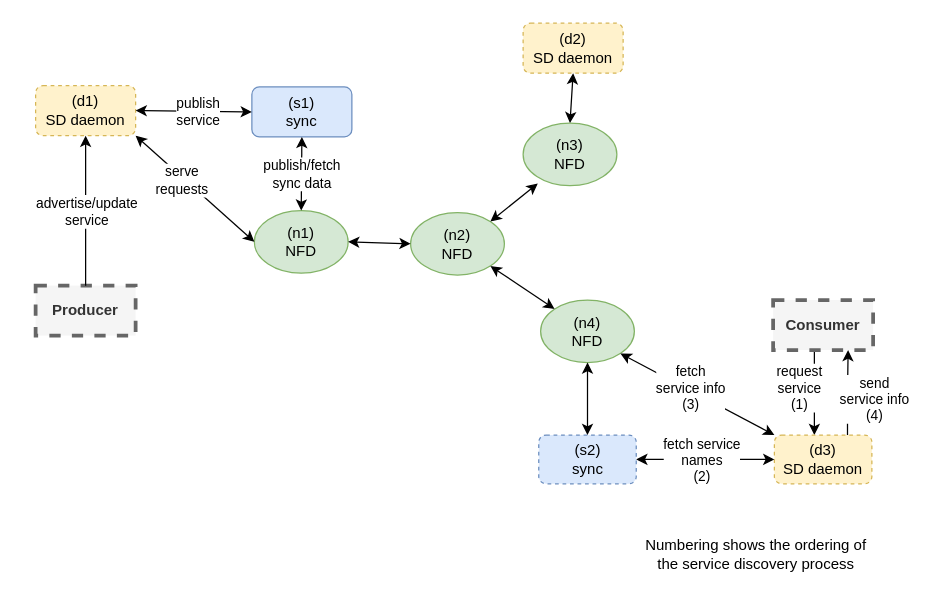
This is service_discovery.drawio from dulalsaurab/NDNSD, a draw.io file, before an edit. Source tidied: cells renumbered, new cells numbered last; positions are measured from the earlier drawing's top-left corner, leaving out a move shared by most shapes. Both pictures are drawn from the tidied source at 125%, with x=0, y=0 at pixel (35, 22).
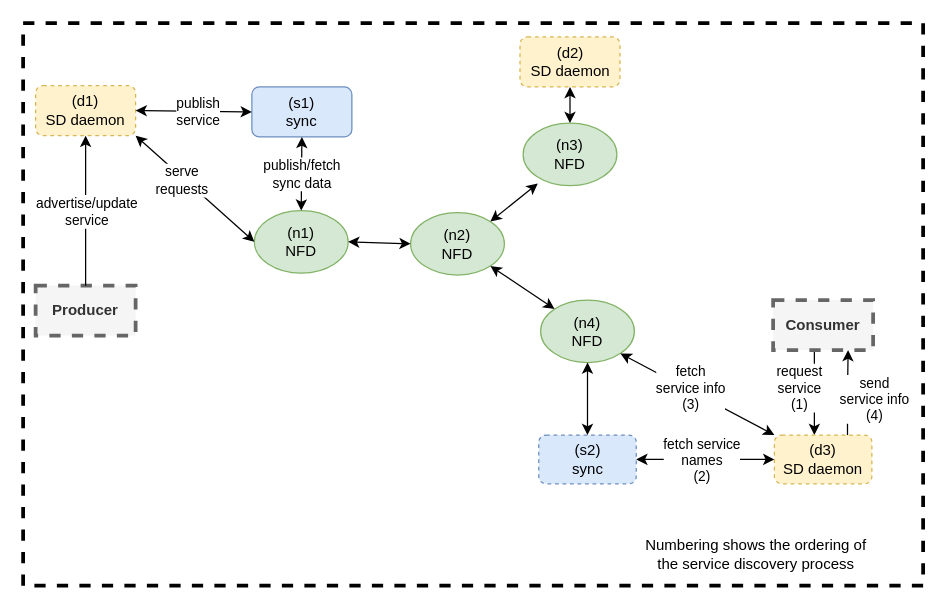
The same diagram, later.

What changed in the source:
```diff
@@
     <mxCell id="17" value="&lt;div&gt;(d2)&lt;br&gt;&lt;/div&gt;&lt;div&gt;SD daemon&lt;/div&gt;" style="rounded=1;whiteSpace=wrap;html=1;dashed=1;fillColor=#fff2cc;strokeColor=#d6b656;" parent="1" vertex="1">
-      <mxGeometry x="390" width="80" height="40" as="geometry" />
+      <mxGeometry x="387.5" y="11" width="80" height="40" as="geometry" />
     </mxCell>
@@
+    <mxCell id="35" style="rounded=0;whiteSpace=wrap;html=1;dashed=1;strokeWidth=3;fillColor=none;gradientColor=none;" parent="1" vertex="1">
+      <mxGeometry x="-10" width="720" height="450" as="geometry" />
+    </mxCell>
```
